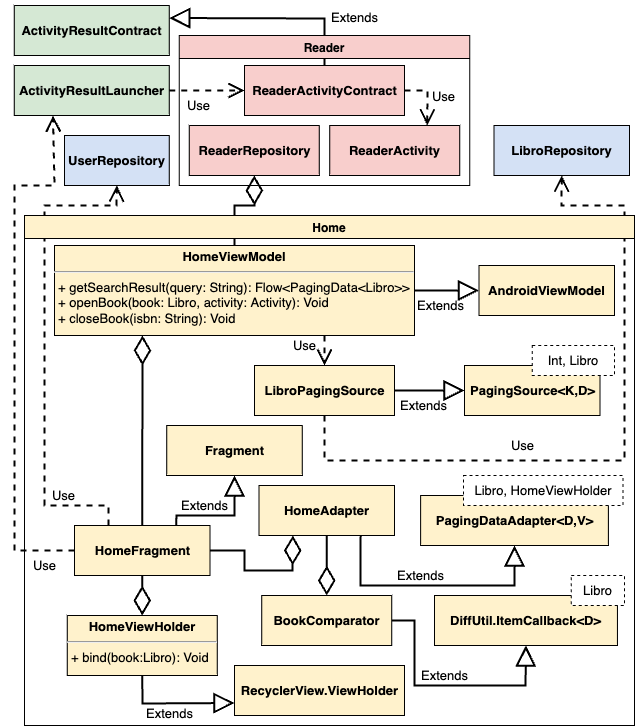
This is img/tesi-24-androidviewuml.drawio.png from paganellif/tesi-paganelli, a draw.io export, as it was before one commit. Source tidied: cells renumbered, new cells last; positions are measured from the earlier drawing's top-left corner, leaving out a move shared by most shapes.
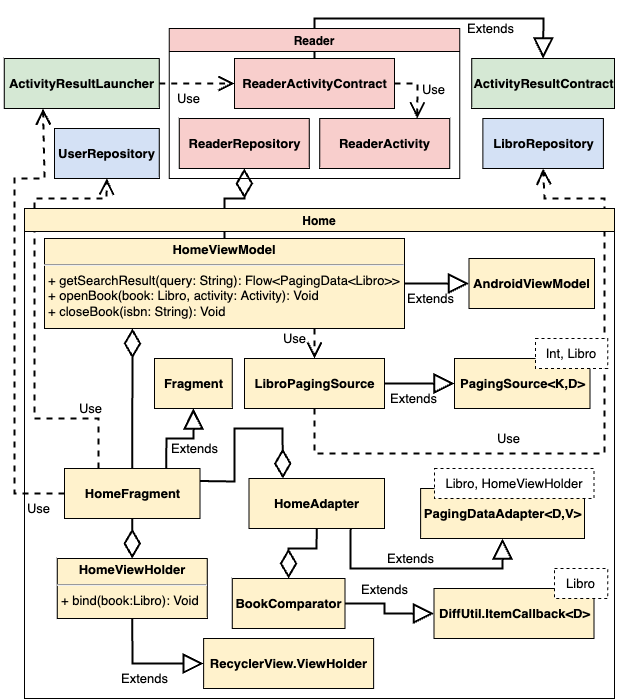
After the commit.

The edit, as a diff of the source:
```diff
@@ -8,17 +8,14 @@
     <mxCell id="3" value="&lt;b&gt;PagingSource&amp;lt;K,D&amp;gt;&lt;/b&gt;" style="html=1;rounded=0;fontSize=13;fontColor=default;strokeColor=default;fillColor=#FFF2CC;" parent="1" vertex="1">
       <mxGeometry x="450" y="360" width="135.5" height="50" as="geometry" />
     </mxCell>
-    <mxCell id="4" value="Int, Libro" style="rounded=0;whiteSpace=wrap;html=1;dashed=1;fontSize=13;" parent="1" vertex="1">
-      <mxGeometry x="517.8" y="340" width="82.2" height="30" as="geometry" />
-    </mxCell>
     <mxCell id="5" value="&lt;b&gt;LibroRepository&lt;/b&gt;" style="html=1;rounded=0;fontSize=13;strokeColor=#000000;fillColor=#D4E1F5;" parent="1" vertex="1">
-      <mxGeometry x="479.5" y="120" width="135.5" height="50" as="geometry" />
+      <mxGeometry x="478.4" y="120" width="120.5" height="50" as="geometry" />
     </mxCell>
     <mxCell id="6" value="&lt;p style=&quot;margin: 4px 0px 0px; text-align: center;&quot;&gt;&lt;b&gt;HomeViewModel&lt;/b&gt;&lt;/p&gt;&lt;hr style=&quot;&quot;&gt;&lt;p style=&quot;margin: 0px 0px 0px 4px;&quot;&gt;&lt;span style=&quot;background-color: initial;&quot;&gt;&lt;font style=&quot;font-size: 13px;&quot;&gt;+ getSearchResult(query: String): Flow&amp;lt;PagingData&amp;lt;Libro&amp;gt;&amp;gt;&lt;/font&gt;&lt;/span&gt;&lt;/p&gt;&lt;p style=&quot;margin: 0px 0px 0px 4px;&quot;&gt;&lt;span style=&quot;background-color: initial;&quot;&gt;&lt;font style=&quot;font-size: 13px;&quot;&gt;+ openBook(book: Libro, activity: Activity): Void&lt;/font&gt;&lt;/span&gt;&lt;/p&gt;&lt;p style=&quot;margin: 0px 0px 0px 4px;&quot;&gt;&lt;span style=&quot;background-color: initial;&quot;&gt;&lt;font style=&quot;font-size: 13px;&quot;&gt;+ closeBook(isbn: String): Void&lt;/font&gt;&lt;/span&gt;&lt;/p&gt;" style="verticalAlign=top;align=left;overflow=fill;fontSize=13;fontFamily=Helvetica;html=1;fillColor=#FFF2CC;strokeColor=#000000;strokeWidth=1;" parent="1" vertex="1">
       <mxGeometry x="40" y="240" width="360" height="90" as="geometry" />
     </mxCell>
     <mxCell id="7" value="&lt;b&gt;AndroidViewModel&lt;/b&gt;" style="html=1;rounded=0;fontSize=13;fontColor=default;strokeColor=default;fillColor=#FFF2CC;" parent="1" vertex="1">
-      <mxGeometry x="464.5" y="260" width="135.5" height="50" as="geometry" />
+      <mxGeometry x="464.5" y="260" width="125.5" height="50" as="geometry" />
     </mxCell>
     <mxCell id="8" value="Extends" style="endArrow=block;endSize=16;endFill=0;html=1;rounded=0;labelBackgroundColor=none;fontSize=13;fontColor=default;strokeWidth=2;exitX=1;exitY=0.5;exitDx=0;exitDy=0;entryX=0;entryY=0.5;entryDx=0;entryDy=0;" parent="1" edge="1" source="6" target="7">
       <mxGeometry x="-0.18" y="-15" relative="1" as="geometry" />
@@ -35,17 +32,6 @@
         </Array>
       </mxGeometry>
     </mxCell>
-    <mxCell id="11" value="&lt;b&gt;Fragment&lt;/b&gt;" style="html=1;rounded=0;fontSize=13;fontColor=default;strokeColor=default;fillColor=#FFF2CC;" parent="1" vertex="1">
-      <mxGeometry x="152.2" y="420" width="135.5" height="50" as="geometry" />
-    </mxCell>
-    <mxCell id="12" value="Extends" style="endArrow=block;endSize=16;endFill=0;html=1;rounded=0;labelBackgroundColor=none;fontSize=13;fontColor=default;strokeWidth=2;exitX=0.75;exitY=0;exitDx=0;exitDy=0;entryX=0.5;entryY=1;entryDx=0;entryDy=0;" parent="1" edge="1" source="29" target="11">
-      <mxGeometry x="-0.3" y="10" relative="1" as="geometry">
-        <Array as="points">
-          <mxPoint x="162" y="510" />
-          <mxPoint x="220" y="510" />
-        </Array>
-      </mxGeometry>
-    </mxCell>
     <mxCell id="13" style="endArrow=diamondThin;endFill=0;endSize=24;html=1;rounded=0;fontSize=13;exitX=0.5;exitY=0;exitDx=0;exitDy=0;strokeWidth=2;" parent="1" edge="1" source="29">
       <mxGeometry relative="1" as="geometry">
         <mxPoint x="128" y="330" as="targetPoint" />
@@ -60,30 +46,35 @@
     <mxCell id="16" value="Extends" style="endArrow=block;endSize=16;endFill=0;html=1;rounded=0;labelBackgroundColor=none;fontSize=13;fontColor=default;strokeWidth=2;exitX=0.75;exitY=1;exitDx=0;exitDy=0;entryX=0.5;entryY=1;entryDx=0;entryDy=0;" parent="1" edge="1" source="15" target="23">
       <mxGeometry x="-0.1" y="10" relative="1" as="geometry">
         <Array as="points">
-          <mxPoint x="346" y="580" />
-          <mxPoint x="500" y="580" />
+          <mxPoint x="346" y="570" />
+          <mxPoint x="498" y="570" />
         </Array>
       </mxGeometry>
     </mxCell>
-    <mxCell id="17" style="endArrow=diamondThin;endFill=0;endSize=24;html=1;rounded=0;fontSize=13;entryX=0.25;entryY=1;entryDx=0;entryDy=0;exitX=1;exitY=0.5;exitDx=0;exitDy=0;strokeWidth=2;" parent="1" edge="1" source="29" target="15">
+    <mxCell id="17" style="endArrow=diamondThin;endFill=0;endSize=24;html=1;rounded=0;fontSize=13;entryX=0.25;entryY=0;entryDx=0;entryDy=0;exitX=1;exitY=0.25;exitDx=0;exitDy=0;strokeWidth=2;" parent="1" edge="1" source="29" target="15">
       <mxGeometry relative="1" as="geometry">
         <Array as="points">
-          <mxPoint x="230" y="545" />
-          <mxPoint x="230" y="565" />
-          <mxPoint x="278" y="565" />
+          <mxPoint x="230" y="483" />
+          <mxPoint x="230" y="430" />
+          <mxPoint x="278" y="430" />
         </Array>
       </mxGeometry>
     </mxCell>
-    <mxCell id="18" style="endArrow=diamondThin;endFill=0;endSize=24;html=1;rounded=0;fontSize=13;entryX=0.5;entryY=0;entryDx=0;entryDy=0;exitX=0.5;exitY=1;exitDx=0;exitDy=0;strokeWidth=2;" parent="1" edge="1" source="15" target="25">
-      <mxGeometry relative="1" as="geometry" />
+    <mxCell id="18" style="endArrow=diamondThin;endFill=0;endSize=24;html=1;rounded=0;fontSize=13;exitX=0.5;exitY=1;exitDx=0;exitDy=0;strokeWidth=2;entryX=0.5;entryY=0;entryDx=0;entryDy=0;" parent="1" edge="1" source="15" target="25">
+      <mxGeometry relative="1" as="geometry">
+        <Array as="points">
+          <mxPoint x="312" y="550" />
+          <mxPoint x="284" y="550" />
+        </Array>
+      </mxGeometry>
     </mxCell>
     <mxCell id="19" value="Use" style="endArrow=open;endSize=12;dashed=1;html=1;rounded=0;labelBackgroundColor=none;fontSize=13;fontColor=default;strokeWidth=2;exitX=0.5;exitY=1;exitDx=0;exitDy=0;entryX=0.5;entryY=1;entryDx=0;entryDy=0;" parent="1" edge="1" source="14" target="5">
       <mxGeometry x="-0.3" y="15" relative="1" as="geometry">
         <Array as="points">
           <mxPoint x="310" y="455" />
-          <mxPoint x="610" y="455" />
-          <mxPoint x="610" y="200" />
-          <mxPoint x="547" y="200" />
+          <mxPoint x="600" y="455" />
+          <mxPoint x="600" y="200" />
+          <mxPoint x="540" y="200" />
         </Array>
       </mxGeometry>
     </mxCell>
@@ -93,67 +84,82 @@
     <mxCell id="21" value="Use" style="endArrow=open;endSize=12;dashed=1;html=1;rounded=0;labelBackgroundColor=none;fontSize=13;fontColor=default;strokeWidth=2;exitX=0.25;exitY=0;exitDx=0;exitDy=0;entryX=0.5;entryY=1;entryDx=0;entryDy=0;" parent="1" edge="1" source="29" target="20">
       <mxGeometry x="-0.73" y="-10" relative="1" as="geometry">
         <Array as="points">
-          <mxPoint x="94" y="500" />
-          <mxPoint x="30" y="500" />
+          <mxPoint x="94" y="420" />
+          <mxPoint x="30" y="420" />
           <mxPoint x="30" y="200" />
           <mxPoint x="102" y="200" />
         </Array>
       </mxGeometry>
     </mxCell>
     <mxCell id="22" value="Home" style="swimlane;strokeColor=#000000;fillColor=#FFF2CC;gradientColor=none;" parent="1" vertex="1">
-      <mxGeometry x="10" y="210" width="610" height="510" as="geometry" />
+      <mxGeometry x="20" y="210" width="590" height="490" as="geometry" />
     </mxCell>
     <mxCell id="23" value="&lt;b&gt;PagingDataAdapter&amp;lt;D,V&amp;gt;&lt;/b&gt;" style="html=1;rounded=0;fontSize=13;fontColor=default;strokeColor=default;fillColor=#FFF2CC;" parent="22" vertex="1">
-      <mxGeometry x="396.1" y="280" width="187.8" height="50" as="geometry" />
+      <mxGeometry x="396.1" y="280" width="163.9" height="50" as="geometry" />
     </mxCell>
     <mxCell id="24" value="Libro, HomeViewHolder" style="rounded=0;whiteSpace=wrap;html=1;dashed=1;fontSize=13;" parent="22" vertex="1">
-      <mxGeometry x="438.9" y="260" width="159.5" height="30" as="geometry" />
+      <mxGeometry x="410" y="260" width="159.5" height="30" as="geometry" />
     </mxCell>
-    <mxCell id="25" value="&lt;b&gt;BookComparator&lt;/b&gt;" style="html=1;rounded=0;fontSize=13;fontColor=default;strokeColor=default;fillColor=#FFF2CC;" parent="22" vertex="1">
-      <mxGeometry x="237.2" y="380" width="130" height="50" as="geometry" />
-    </mxCell>
     <mxCell id="26" value="&lt;b&gt;DiffUtil.ItemCallback&amp;lt;D&amp;gt;&lt;/b&gt;" style="html=1;rounded=0;fontSize=13;fontColor=default;strokeColor=default;fillColor=#FFF2CC;" parent="22" vertex="1">
-      <mxGeometry x="410" y="380" width="182.9" height="50" as="geometry" />
+      <mxGeometry x="409.5" y="380" width="160" height="50" as="geometry" />
     </mxCell>
     <mxCell id="27" value="Libro" style="rounded=0;whiteSpace=wrap;html=1;dashed=1;fontSize=13;" parent="22" vertex="1">
-      <mxGeometry x="546.6" y="360" width="53.4" height="30" as="geometry" />
+      <mxGeometry x="530" y="360" width="53.4" height="30" as="geometry" />
     </mxCell>
-    <mxCell id="28" value="Extends" style="endArrow=block;endSize=16;endFill=0;html=1;rounded=0;labelBackgroundColor=none;fontSize=13;fontColor=default;strokeWidth=2;entryX=0.5;entryY=1;entryDx=0;entryDy=0;exitX=1;exitY=0.5;exitDx=0;exitDy=0;" parent="22" edge="1" source="25" target="26">
-      <mxGeometry x="-0.01" y="10" relative="1" as="geometry">
+    <mxCell id="28" value="Extends" style="endArrow=block;endSize=16;endFill=0;html=1;rounded=0;labelBackgroundColor=none;fontSize=13;fontColor=default;strokeWidth=2;entryX=0;entryY=0.5;entryDx=0;entryDy=0;exitX=1;exitY=0.5;exitDx=0;exitDy=0;" parent="22" edge="1" source="25" target="26">
+      <mxGeometry x="-0.2" y="-15" relative="1" as="geometry">
         <Array as="points">
-          <mxPoint x="390" y="405" />
-          <mxPoint x="390" y="470" />
-          <mxPoint x="501" y="470" />
+          <mxPoint x="360" y="395" />
+          <mxPoint x="360" y="405" />
         </Array>
+        <mxPoint x="15" y="-15" as="offset" />
       </mxGeometry>
     </mxCell>
-    <mxCell id="29" value="&lt;b&gt;HomeFragment&lt;/b&gt;" style="html=1;rounded=0;fontSize=13;fontColor=default;strokeColor=default;fillColor=#FFF2CC;" parent="22" vertex="1">
-      <mxGeometry x="50" y="310" width="135.5" height="50" as="geometry" />
-    </mxCell>
     <mxCell id="30" value="&lt;p style=&quot;margin: 4px 0px 0px; text-align: center;&quot;&gt;&lt;b&gt;HomeViewHolder&lt;/b&gt;&lt;/p&gt;&lt;hr style=&quot;&quot;&gt;&lt;p style=&quot;margin: 0px 0px 0px 4px;&quot;&gt;&lt;span style=&quot;background-color: initial;&quot;&gt;&lt;font style=&quot;font-size: 13px;&quot;&gt;+ bind(book:Libro): Void&lt;/font&gt;&lt;/span&gt;&lt;/p&gt;" style="verticalAlign=top;align=left;overflow=fill;fontSize=13;fontFamily=Helvetica;html=1;fillColor=#FFF2CC;strokeColor=#000000;strokeWidth=1;" parent="22" vertex="1">
-      <mxGeometry x="42.8" y="400" width="150" height="60" as="geometry" />
+      <mxGeometry x="32.8" y="350" width="150" height="60" as="geometry" />
     </mxCell>
     <mxCell id="31" style="endArrow=diamondThin;endFill=0;endSize=24;html=1;rounded=0;fontSize=13;entryX=0.5;entryY=0;entryDx=0;entryDy=0;exitX=0.5;exitY=1;exitDx=0;exitDy=0;strokeWidth=2;" parent="22" edge="1" source="29" target="30">
       <mxGeometry relative="1" as="geometry" />
     </mxCell>
     <mxCell id="32" value="&lt;b&gt;RecyclerView.ViewHolder&lt;/b&gt;" style="html=1;rounded=0;fontSize=13;fontColor=default;strokeColor=default;fillColor=#FFF2CC;" parent="22" vertex="1">
-      <mxGeometry x="210" y="450" width="170" height="50" as="geometry" />
+      <mxGeometry x="179.1" y="430" width="170" height="50" as="geometry" />
     </mxCell>
-    <mxCell id="33" value="Extends" style="endArrow=block;endSize=16;endFill=0;html=1;rounded=0;labelBackgroundColor=none;fontSize=13;fontColor=default;strokeWidth=2;entryX=0;entryY=0.75;entryDx=0;entryDy=0;exitX=0.5;exitY=1;exitDx=0;exitDy=0;" parent="22" edge="1" source="30" target="32">
-      <mxGeometry x="-0.09" y="-10" relative="1" as="geometry">
+    <mxCell id="33" value="Extends" style="endArrow=block;endSize=16;endFill=0;html=1;rounded=0;labelBackgroundColor=none;fontSize=13;fontColor=default;strokeWidth=2;exitX=0.5;exitY=1;exitDx=0;exitDy=0;entryX=0;entryY=0.5;entryDx=0;entryDy=0;" parent="22" edge="1" source="30" target="32">
+      <mxGeometry x="-0.02" y="-15" relative="1" as="geometry">
         <Array as="points">
-          <mxPoint x="118" y="488" />
+          <mxPoint x="108" y="455" />
         </Array>
       </mxGeometry>
     </mxCell>
+    <mxCell id="4" value="Int, Libro" style="rounded=0;whiteSpace=wrap;html=1;dashed=1;fontSize=13;" parent="22" vertex="1">
+      <mxGeometry x="511.1" y="130" width="72.2" height="30" as="geometry" />
+    </mxCell>
+    <mxCell id="11" value="&lt;b&gt;Fragment&lt;/b&gt;" style="html=1;rounded=0;fontSize=13;fontColor=default;strokeColor=default;fillColor=#FFF2CC;" parent="22" vertex="1">
+      <mxGeometry x="130" y="150" width="77.8" height="50" as="geometry" />
+    </mxCell>
+    <mxCell id="29" value="&lt;b&gt;HomeFragment&lt;/b&gt;" style="html=1;rounded=0;fontSize=13;fontColor=default;strokeColor=default;fillColor=#FFF2CC;" parent="22" vertex="1">
+      <mxGeometry x="40" y="260" width="135.5" height="50" as="geometry" />
+    </mxCell>
+    <mxCell id="12" value="Extends" style="endArrow=block;endSize=16;endFill=0;html=1;rounded=0;labelBackgroundColor=none;fontSize=13;fontColor=default;strokeWidth=2;entryX=0.5;entryY=1;entryDx=0;entryDy=0;exitX=0.75;exitY=0;exitDx=0;exitDy=0;" parent="22" edge="1" source="29" target="11">
+      <mxGeometry x="0.31" y="-10" relative="1" as="geometry">
+        <Array as="points">
+          <mxPoint x="142" y="230" />
+          <mxPoint x="169" y="230" />
+        </Array>
+        <mxPoint x="-9" y="10" as="offset" />
+      </mxGeometry>
+    </mxCell>
+    <mxCell id="25" value="&lt;b&gt;BookComparator&lt;/b&gt;" style="html=1;rounded=0;fontSize=13;fontColor=default;strokeColor=default;fillColor=#FFF2CC;" parent="22" vertex="1">
+      <mxGeometry x="207.8" y="370" width="112.8" height="50" as="geometry" />
+    </mxCell>
     <mxCell id="34" value="&lt;b&gt;ActivityResultLauncher&lt;/b&gt;" style="html=1;rounded=0;fontSize=13;strokeColor=#000000;fillColor=#d5e8d4;" parent="1" vertex="1">
       <mxGeometry x="-0.2" y="60" width="155" height="50" as="geometry" />
     </mxCell>
-    <mxCell id="35" value="Use" style="endArrow=open;endSize=12;dashed=1;html=1;rounded=0;labelBackgroundColor=none;fontSize=13;fontColor=default;strokeWidth=2;exitX=0;exitY=0.5;exitDx=0;exitDy=0;entryX=0.25;entryY=1;entryDx=0;entryDy=0;" parent="1" edge="1" source="29" target="34">
+    <mxCell id="35" value="Use" style="endArrow=open;endSize=12;dashed=1;html=1;rounded=0;labelBackgroundColor=none;fontSize=13;fontColor=default;strokeWidth=2;entryX=0.25;entryY=1;entryDx=0;entryDy=0;exitX=0;exitY=0.5;exitDx=0;exitDy=0;" parent="1" edge="1" source="29" target="34">
       <mxGeometry x="-0.89" y="15" relative="1" as="geometry">
         <Array as="points">
-          <mxPoint y="545" />
-          <mxPoint y="180" />
+          <mxPoint x="10" y="495" />
+          <mxPoint x="10" y="180" />
           <mxPoint x="40" y="180" />
         </Array>
       </mxGeometry>
@@ -164,7 +170,7 @@
       </mxGeometry>
     </mxCell>
     <mxCell id="37" value="&lt;b&gt;ActivityResultContract&lt;/b&gt;" style="html=1;rounded=0;fontSize=13;strokeColor=#000000;fillColor=#d5e8d4;" parent="1" vertex="1">
-      <mxGeometry x="-0.2" width="155" height="50" as="geometry" />
+      <mxGeometry x="467.2" y="60" width="142.8" height="50" as="geometry" />
     </mxCell>
     <mxCell id="38" value="&lt;b&gt;ReaderActivityContract&lt;/b&gt;" style="html=1;rounded=0;fontSize=13;fontColor=default;strokeColor=default;fillColor=#F8CECC;" parent="1" vertex="1">
       <mxGeometry x="230" y="60" width="160" height="50" as="geometry" />
@@ -183,12 +189,12 @@
         <mxPoint x="1" as="offset" />
       </mxGeometry>
     </mxCell>
-    <mxCell id="42" value="Extends" style="endArrow=block;endSize=16;endFill=0;html=1;rounded=0;labelBackgroundColor=none;fontSize=13;fontColor=default;strokeWidth=2;entryX=1;entryY=0.25;entryDx=0;entryDy=0;exitX=0.5;exitY=0;exitDx=0;exitDy=0;" parent="1" edge="1" source="38" target="37">
-      <mxGeometry x="-0.54" y="-30" relative="1" as="geometry">
+    <mxCell id="42" value="Extends" style="endArrow=block;endSize=16;endFill=0;html=1;rounded=0;labelBackgroundColor=none;fontSize=13;fontColor=default;strokeWidth=2;entryX=0.5;entryY=0;entryDx=0;entryDy=0;exitX=0.5;exitY=0;exitDx=0;exitDy=0;" parent="1" edge="1" source="38" target="37">
+      <mxGeometry x="0.4" y="-10" relative="1" as="geometry">
         <Array as="points">
-          <mxPoint x="310" y="13" />
+          <mxPoint x="310" y="20" />
+          <mxPoint x="539" y="20" />
         </Array>
-        <mxPoint x="30" y="29" as="offset" />
       </mxGeometry>
     </mxCell>
     <mxCell id="43" value="Reader" style="swimlane;strokeColor=#000000;fillColor=#f8cecc;" parent="1" vertex="1">
```
